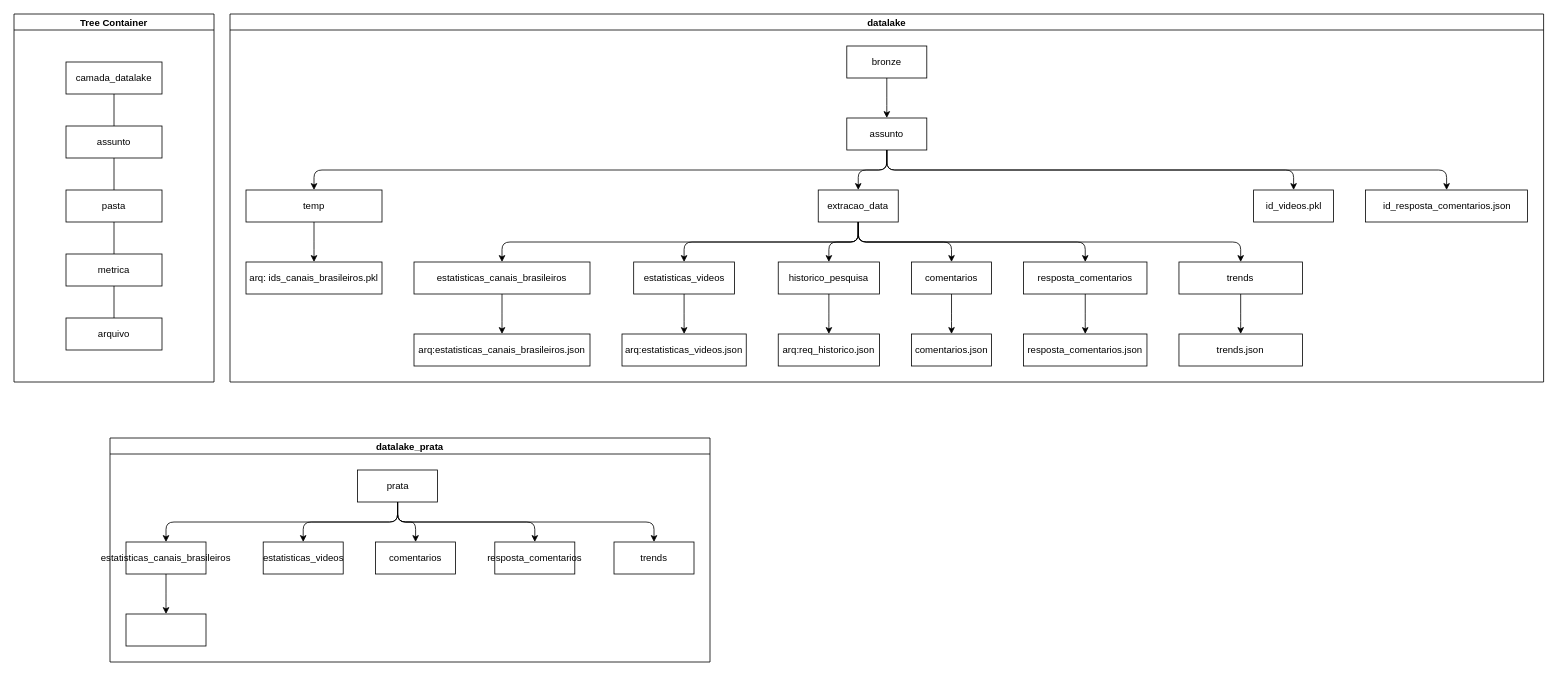
Above: docs/diagrama_datalake.drawio in rodrigorocha1/analise_dados_youtube_segunda_versao (draw.io), before the change. Source tidied: cells renumbered, new cells numbered last; positions are measured from the earlier drawing's top-left corner, leaving out a move shared by most shapes. Both pictures are drawn from the tidied source at 80%, with x=0, y=0 at pixel (14, 14).
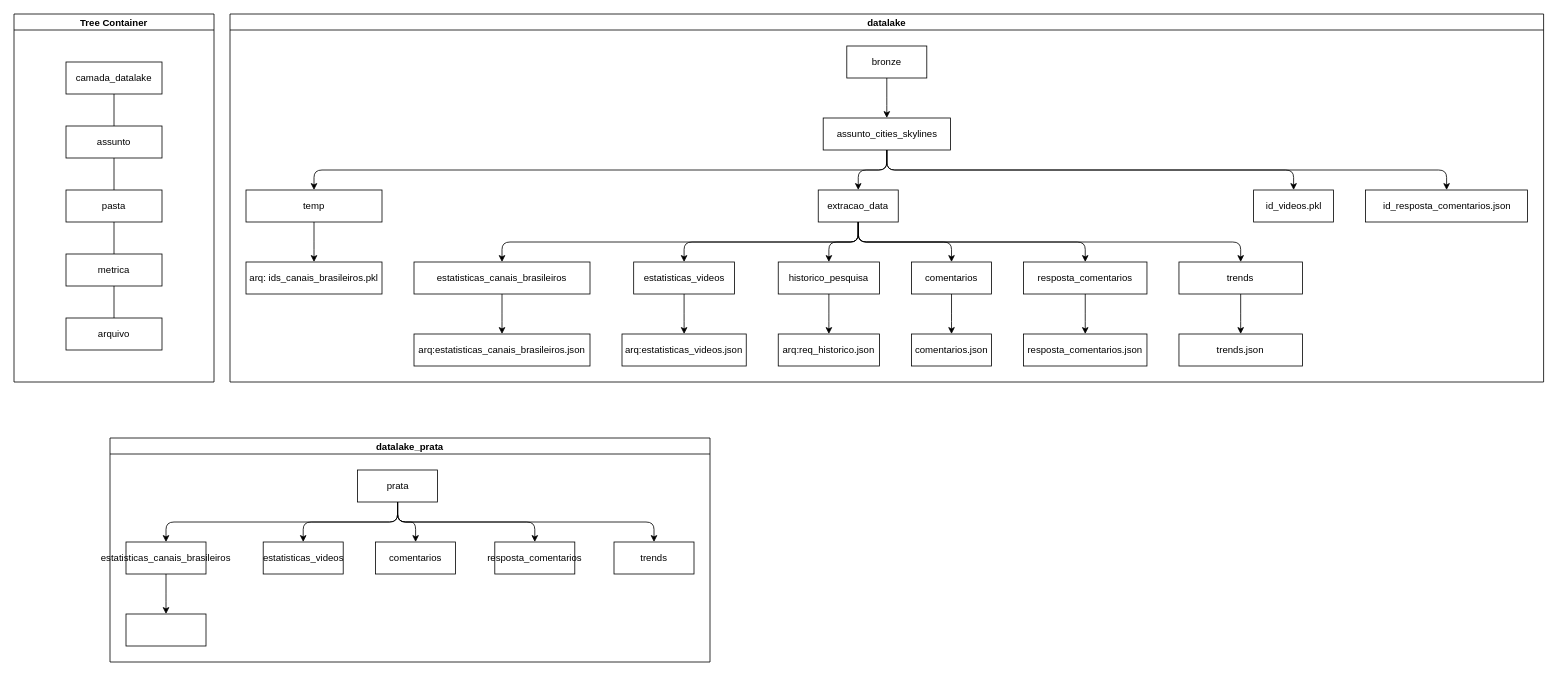
The same page after the edit.

Unchanged cells that the change refers to:
```xml
<mxCell id="2" value="datalake" style="swimlane;startSize=20;horizontal=1;horizontalTree=0;sortEdges=1;containerType=tree;fontSize=12;" parent="1" vertex="1">
  <mxGeometry x="270" width="1642" height="460" as="geometry" />
</mxCell>
```

The edit, as a diff of the source:
```diff
@@
-    <mxCell id="4" value="assunto" style="whiteSpace=wrap;html=1;" parent="2" vertex="1">
-      <mxGeometry x="771" y="130" width="100" height="40" as="geometry" />
+    <mxCell id="4" value="assunto_cities_skylines" style="whiteSpace=wrap;html=1;" parent="2" vertex="1">
+      <mxGeometry x="741.5" y="130" width="159" height="40" as="geometry" />
     </mxCell>
```
